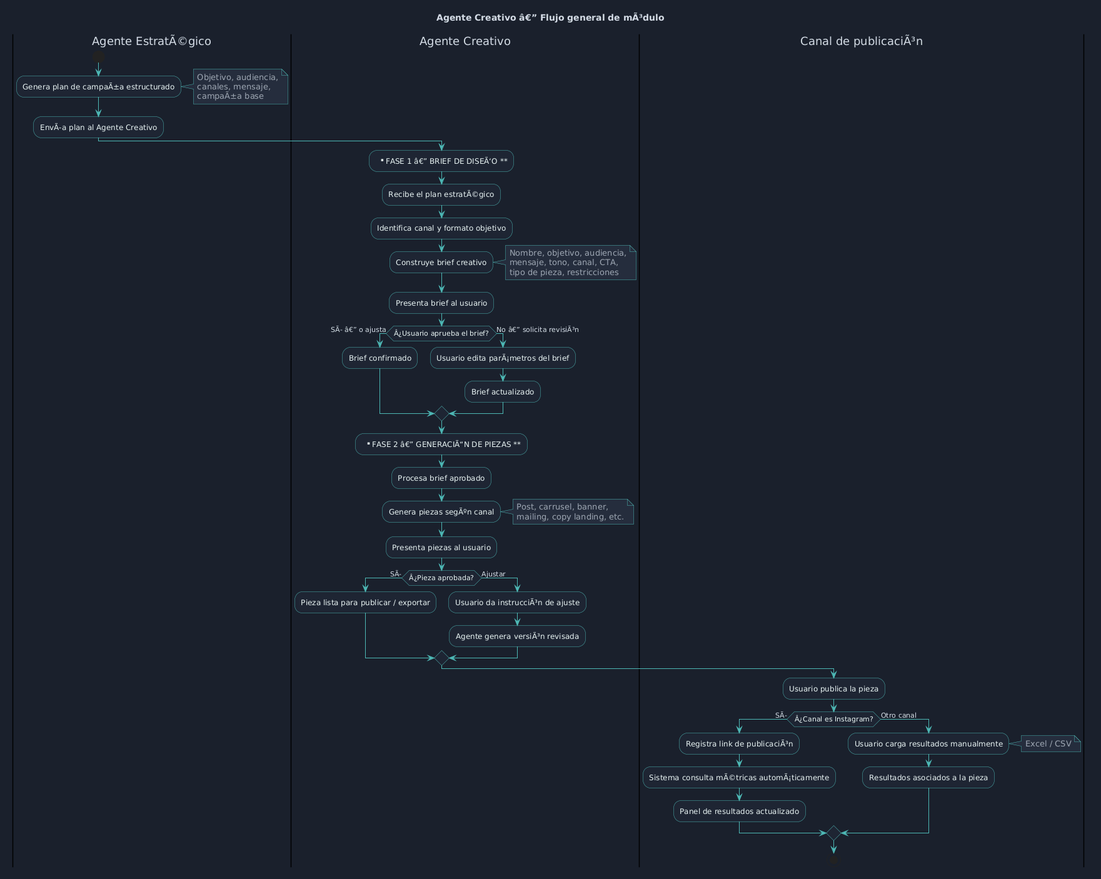
Earlier version of the PlantUML export agent/assets/img/diagramas/agente-creativo-fases.png (sedibuc/documentacion_cintel).
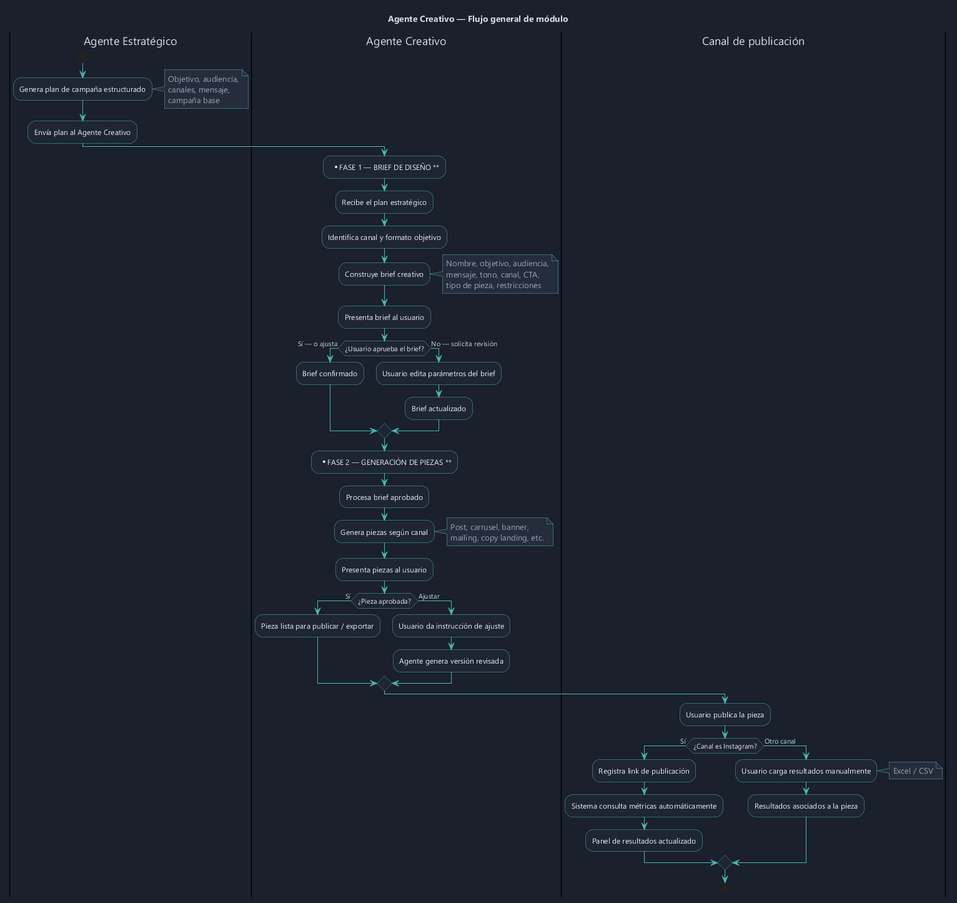
After the change.

The edit, as a diff of the source:
```diff
@@ -1,4 +1,4 @@
-@startuml
+@startuml agente-creativo-fases
 skinparam backgroundColor #1a202c
 skinparam defaultFontColor #d4dae6
 skinparam defaultFontName "Segoe UI"
@@ -12,21 +12,21 @@
 skinparam partitionBackgroundColor #161b27
 skinparam partitionBorderColor #4db8b5
 
-title Agente Creativo â€” Flujo general de mÃ³dulo
+title Agente Creativo — Flujo general de módulo
 
-|Agente EstratÃ©gico|
+|Agente Estratégico|
 start
-:Genera plan de campaÃ±a estructurado;
+:Genera plan de campaña estructurado;
 note right
   Objetivo, audiencia,
   canales, mensaje,
-  campaÃ±a base
+  campaña base
 end note
-:EnvÃ­a plan al Agente Creativo;
+:Envía plan al Agente Creativo;
 
 |Agente Creativo|
-:** FASE 1 â€” BRIEF DE DISEÃ‘O **;
-:Recibe el plan estratÃ©gico;
+:** FASE 1 — BRIEF DE DISEÑO **;
+:Recibe el plan estratégico;
 :Identifica canal y formato objetivo;
 :Construye brief creativo;
 note right
@@ -35,33 +35,33 @@
   tipo de pieza, restricciones
 end note
 :Presenta brief al usuario;
-if (Â¿Usuario aprueba el brief?) then (SÃ­ â€” o ajusta)
+if (¿Usuario aprueba el brief?) then (Sí — o ajusta)
   :Brief confirmado;
-else (No â€” solicita revisiÃ³n)
-  :Usuario edita parÃ¡metros del brief;
+else (No — solicita revisión)
+  :Usuario edita parámetros del brief;
   :Brief actualizado;
 endif
 
-:** FASE 2 â€” GENERACIÃ“N DE PIEZAS **;
+:** FASE 2 — GENERACIÓN DE PIEZAS **;
 :Procesa brief aprobado;
-:Genera piezas segÃºn canal;
+:Genera piezas según canal;
 note right
   Post, carrusel, banner,
   mailing, copy landing, etc.
 end note
 :Presenta piezas al usuario;
-if (Â¿Pieza aprobada?) then (SÃ­)
+if (¿Pieza aprobada?) then (Sí)
   :Pieza lista para publicar / exportar;
 else (Ajustar)
-  :Usuario da instrucciÃ³n de ajuste;
-  :Agente genera versiÃ³n revisada;
+  :Usuario da instrucción de ajuste;
+  :Agente genera versión revisada;
 endif
 
-|Canal de publicaciÃ³n|
+|Canal de publicación|
 :Usuario publica la pieza;
-if (Â¿Canal es Instagram?) then (SÃ­)
-  :Registra link de publicaciÃ³n;
-  :Sistema consulta mÃ©tricas automÃ¡ticamente;
+if (¿Canal es Instagram?) then (Sí)
+  :Registra link de publicación;
+  :Sistema consulta métricas automáticamente;
   :Panel de resultados actualizado;
 else (Otro canal)
   :Usuario carga resultados manualmente;
```
